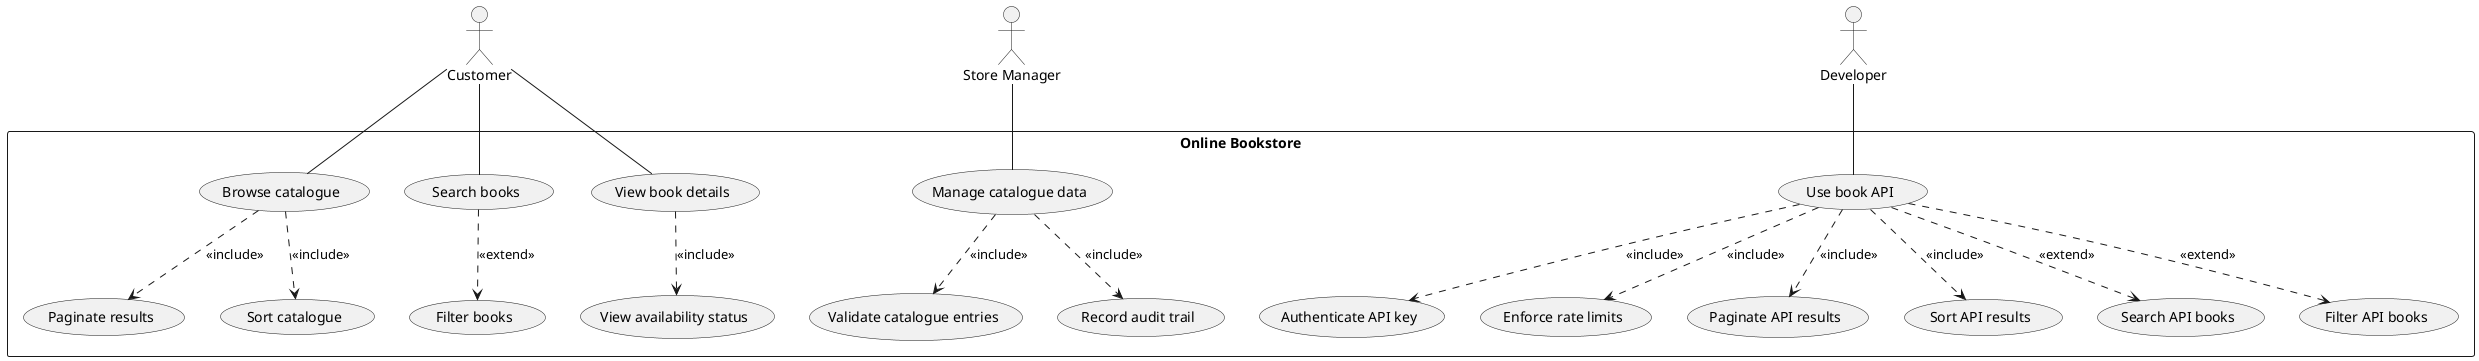
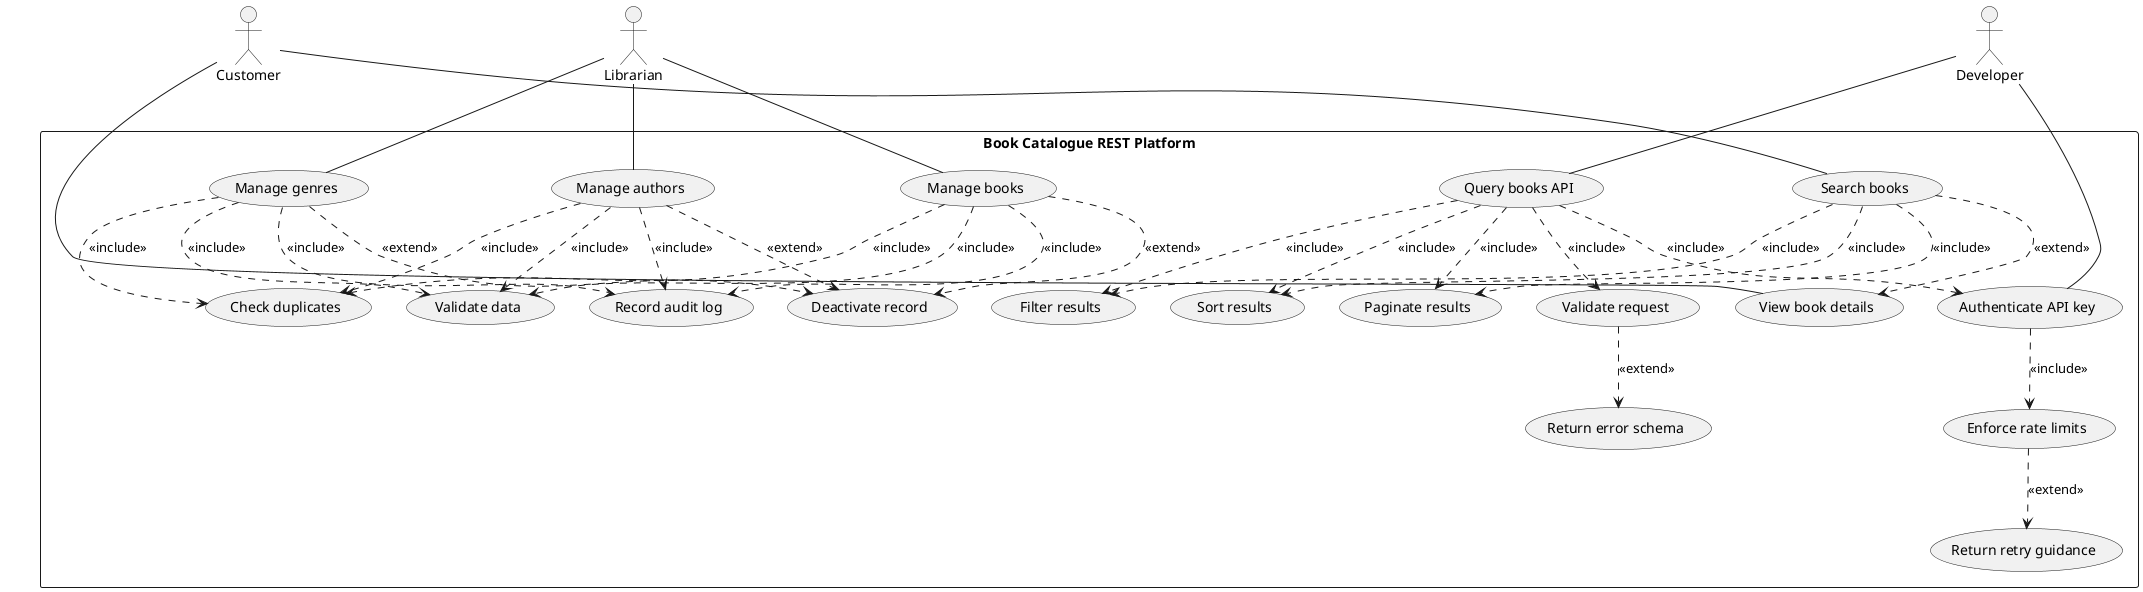
@startuml
actor Customer
- actor "Store Manager" as StoreManager
actor Developer
+ actor Librarian

- rectangle "Online Bookstore" {
-   usecase "Browse catalogue" as BrowseCatalogue
+ rectangle "Book Catalogue REST Platform" {
+   usecase "Search books" as SearchBooks
+   usecase "Filter results" as FilterResults
+   usecase "Sort results" as SortResults
  usecase "Paginate results" as PaginateResults
-   usecase "Sort catalogue" as SortCatalogue
+   usecase "View book details" as ViewBookDetails

-   usecase "Search books" as SearchBooks
-   usecase "Filter books" as FilterBooks
+   usecase "Query books API" as QueryBooksApi
+   usecase "Validate request" as ValidateRequest
+   usecase "Return error schema" as ReturnErrorSchema

-   usecase "View book details" as ViewBookDetails
-   usecase "View availability status" as ViewAvailabilityStatus
- 
-   usecase "Manage catalogue data" as ManageCatalogueData
-   usecase "Validate catalogue entries" as ValidateCatalogueEntries
-   usecase "Record audit trail" as RecordAuditTrail
- 
-   usecase "Use book API" as UseBookApi
  usecase "Authenticate API key" as AuthenticateApiKey
  usecase "Enforce rate limits" as EnforceRateLimits
-   usecase "Paginate API results" as PaginateApiResults
-   usecase "Sort API results" as SortApiResults
-   usecase "Search API books" as SearchApiBooks
-   usecase "Filter API books" as FilterApiBooks
+   usecase "Return retry guidance" as ReturnRetryGuidance
+ 
+   usecase "Manage books" as ManageBooks
+   usecase "Manage authors" as ManageAuthors
+   usecase "Manage genres" as ManageGenres
+   usecase "Check duplicates" as CheckDuplicates
+   usecase "Validate data" as ValidateData
+   usecase "Record audit log" as RecordAuditLog
+   usecase "Deactivate record" as DeactivateRecord
}

- Customer -- BrowseCatalogue
Customer -- SearchBooks
Customer -- ViewBookDetails

- BrowseCatalogue ..> PaginateResults : <<include>>
- BrowseCatalogue ..> SortCatalogue : <<include>>
+ Developer -- QueryBooksApi
+ Developer -- AuthenticateApiKey

- SearchBooks ..> FilterBooks : <<extend>>
+ Librarian -- ManageBooks
+ Librarian -- ManageAuthors
+ Librarian -- ManageGenres

- ViewBookDetails ..> ViewAvailabilityStatus : <<include>>
+ SearchBooks ..> FilterResults : <<include>>
+ SearchBooks ..> SortResults : <<include>>
+ SearchBooks ..> PaginateResults : <<include>>
+ SearchBooks ..> ViewBookDetails : <<extend>>

- StoreManager -- ManageCatalogueData
- ManageCatalogueData ..> ValidateCatalogueEntries : <<include>>
- ManageCatalogueData ..> RecordAuditTrail : <<include>>
+ QueryBooksApi ..> FilterResults : <<include>>
+ QueryBooksApi ..> SortResults : <<include>>
+ QueryBooksApi ..> PaginateResults : <<include>>
+ QueryBooksApi ..> ValidateRequest : <<include>>
+ ValidateRequest ..> ReturnErrorSchema : <<extend>>

- Developer -- UseBookApi
- UseBookApi ..> AuthenticateApiKey : <<include>>
- UseBookApi ..> EnforceRateLimits : <<include>>
- UseBookApi ..> PaginateApiResults : <<include>>
- UseBookApi ..> SortApiResults : <<include>>
- UseBookApi ..> SearchApiBooks : <<extend>>
- UseBookApi ..> FilterApiBooks : <<extend>>
+ QueryBooksApi ..> AuthenticateApiKey : <<include>>
+ AuthenticateApiKey ..> EnforceRateLimits : <<include>>
+ EnforceRateLimits ..> ReturnRetryGuidance : <<extend>>
+ 
+ ManageBooks ..> ValidateData : <<include>>
+ ManageAuthors ..> ValidateData : <<include>>
+ ManageGenres ..> ValidateData : <<include>>
+ 
+ ManageBooks ..> CheckDuplicates : <<include>>
+ ManageAuthors ..> CheckDuplicates : <<include>>
+ ManageGenres ..> CheckDuplicates : <<include>>
+ 
+ ManageBooks ..> RecordAuditLog : <<include>>
+ ManageAuthors ..> RecordAuditLog : <<include>>
+ ManageGenres ..> RecordAuditLog : <<include>>
+ 
+ ManageBooks ..> DeactivateRecord : <<extend>>
+ ManageAuthors ..> DeactivateRecord : <<extend>>
+ ManageGenres ..> DeactivateRecord : <<extend>>
@enduml